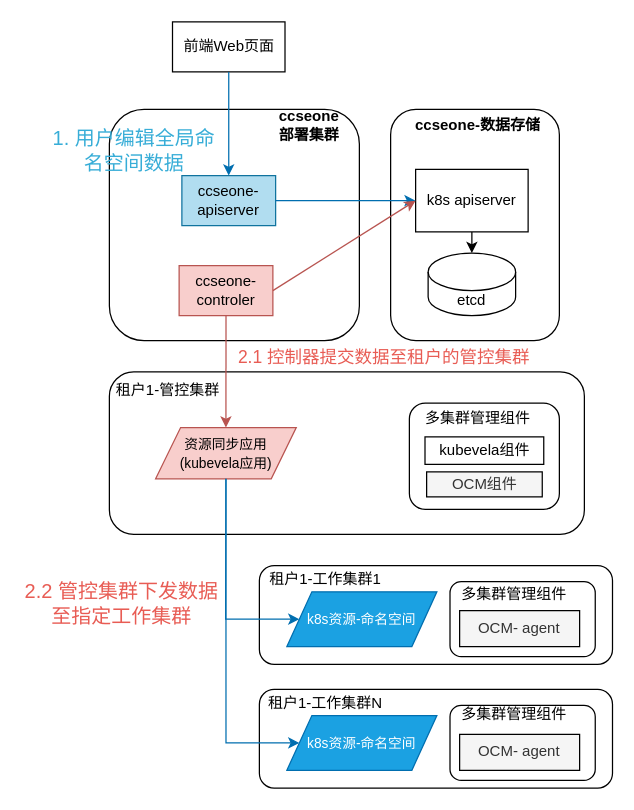
Before: page "全局命名空间" (4 of 8) of drawio/zz.drawio in Tiny-VS-Lina/ccse, a draw.io diagram. Source tidied: cells renumbered, new cells numbered last; positions are measured from the earlier drawing's top-left corner, leaving out a move shared by most shapes. Both pictures are drawn from the tidied source at 125%, with x=0, y=0 at pixel (21, 21).
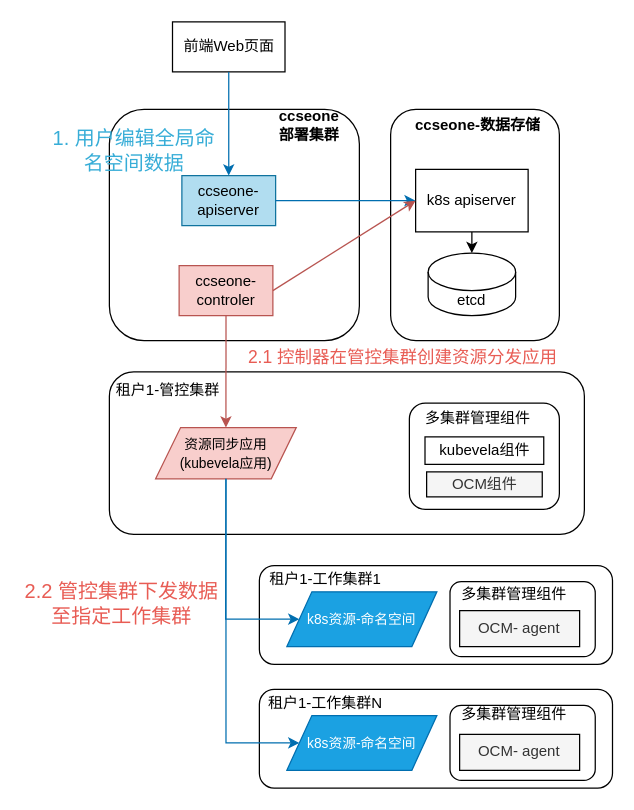
After the change.

What changed in the source:
```diff
@@
-    <mxCell id="39" value="2.1&amp;nbsp;控制器提交数据至租户的管控集群" style="text;html=1;strokeColor=none;fillColor=none;align=center;verticalAlign=middle;whiteSpace=wrap;rounded=0;strokeWidth=0;fontColor=#e85c54;fontSize=14;" parent="1" vertex="1">
-      <mxGeometry x="165" y="255" width="250" height="25" as="geometry" />
+    <mxCell id="39" value="2.1&amp;nbsp;控制器在管控集群创建资源分发应用" style="text;html=1;strokeColor=none;fillColor=none;align=center;verticalAlign=middle;whiteSpace=wrap;rounded=0;strokeWidth=0;fontColor=#e85c54;fontSize=14;" parent="1" vertex="1">
+      <mxGeometry x="180" y="255" width="250" height="25" as="geometry" />
     </mxCell>
```
